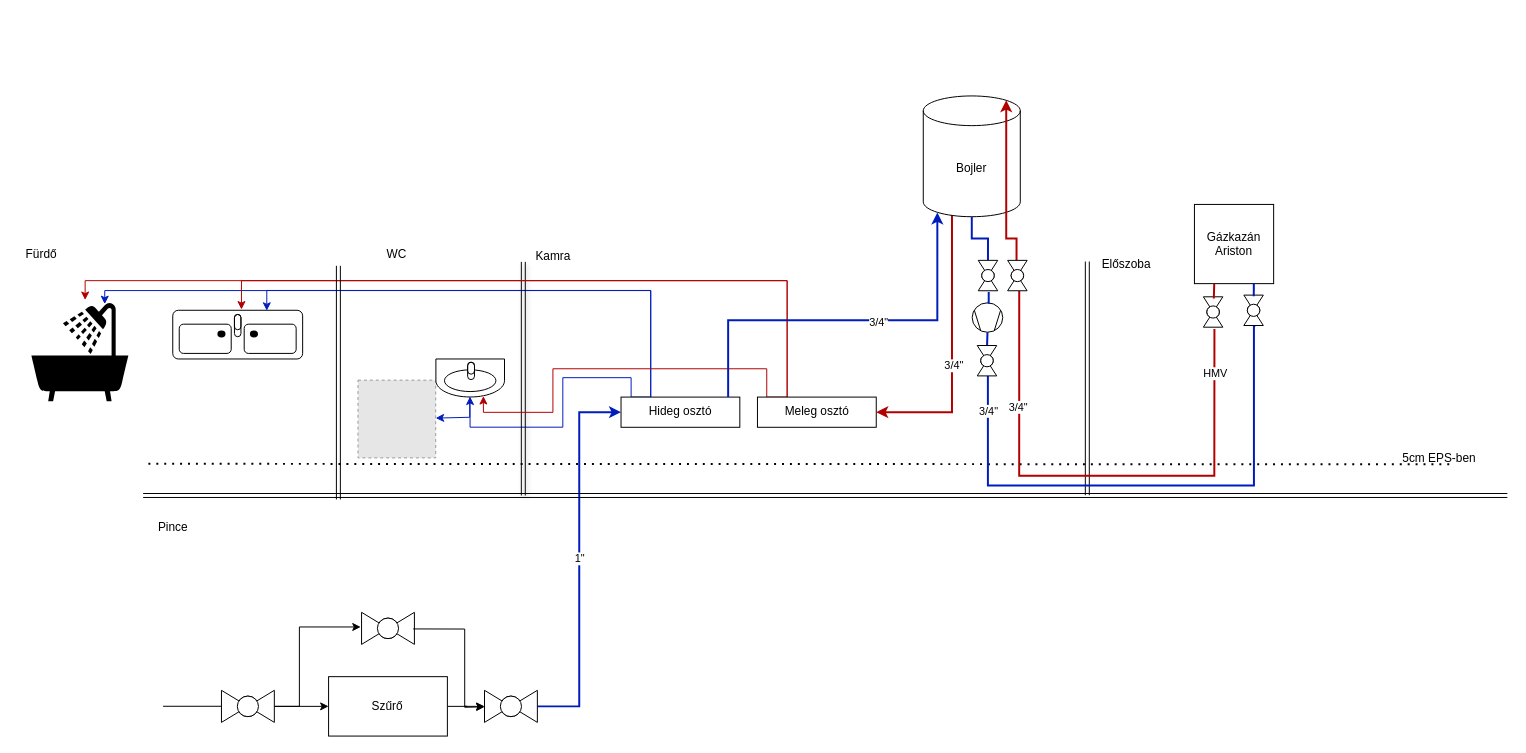
vanyid/XVutca_tervek keeps this draw.io diagram as fűtés.drawio. Above is the earlier version. Source tidied: cells renumbered, new cells numbered last; positions are measured from the earlier drawing's top-left corner, leaving out a move shared by most shapes. Both pictures are drawn from the tidied source at 99%, with x=0, y=0 at pixel (17, 95). Pictures stored in the file or linked from it are replaced by grey dashed boxes.
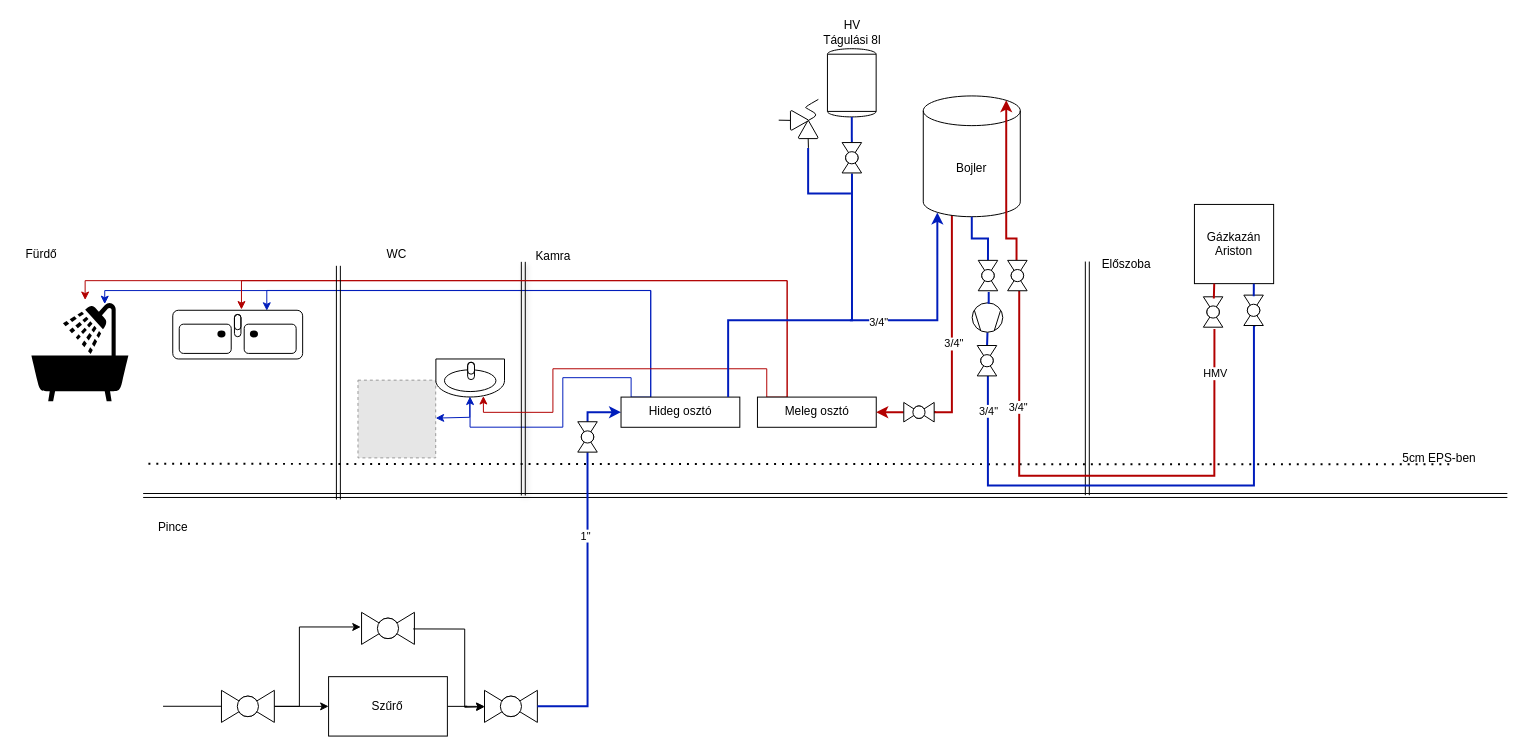
After the change.

Unchanged cells that the change refers to:
```xml
<mxCell id="9" style="verticalLabelPosition=bottom;align=center;html=1;verticalAlign=top;dashed=0;shape=mxgraph.pid2valves.valve;valveType=ball;" parent="1" vertex="1">
  <mxGeometry x="471.9" y="600.8" width="53.4" height="32.4" as="geometry" />
</mxCell>
<mxCell id="16" value="Hideg osztó" style="whiteSpace=wrap;html=1;verticalAlign=top;dashed=0;" parent="1" vertex="1">
  <mxGeometry x="609.8" y="304.6" width="120" height="30.5" as="geometry" />
</mxCell>
<mxCell id="24" value="Meleg osztó" style="whiteSpace=wrap;html=1;verticalAlign=top;dashed=0;" parent="1" vertex="1">
  <mxGeometry x="747.6" y="304.6" width="120" height="30.5" as="geometry" />
</mxCell>
<mxCell id="29" value="Bojler" style="shape=cylinder3;whiteSpace=wrap;html=1;boundedLbl=1;backgroundOutline=1;size=15;" parent="1" vertex="1">
  <mxGeometry x="915.1" y="0.4" width="98" height="122" as="geometry" />
</mxCell>
```

What changed in the source:
```diff
@@
-    <mxCell id="8" value="1&quot;" style="edgeStyle=orthogonalEdgeStyle;rounded=0;jettySize=auto;html=1;entryX=0;entryY=0.5;entryDx=0;entryDy=0;strokeWidth=2;fillColor=#0050ef;strokeColor=#001DBC;" parent="1" edge="1" source="9" target="16">
-      <mxGeometry relative="1" as="geometry" />
+    <mxCell id="8" style="edgeStyle=orthogonalEdgeStyle;rounded=0;jettySize=auto;html=1;entryX=0;entryY=0.5;entryDx=0;entryDy=0;strokeWidth=2;fillColor=#0050ef;strokeColor=#001DBC;exitX=0.007;exitY=0.499;exitDx=0;exitDy=0;exitPerimeter=0;" parent="1" edge="1" source="72" target="16">
+      <mxGeometry relative="1" as="geometry">
+        <Array as="points">
+          <mxPoint x="576" y="320" />
+        </Array>
+      </mxGeometry>
     </mxCell>
@@
-    <mxCell id="27" style="edgeStyle=orthogonalEdgeStyle;rounded=0;jettySize=auto;html=1;exitX=0.399;exitY=0.968;exitDx=0;exitDy=0;exitPerimeter=0;entryX=1;entryY=0.5;entryDx=0;entryDy=0;fillColor=#e51400;strokeColor=#B20000;strokeWidth=2;" parent="1" edge="1" source="29" target="24">
+    <mxCell id="27" style="edgeStyle=orthogonalEdgeStyle;rounded=0;jettySize=auto;html=1;exitX=0.399;exitY=0.968;exitDx=0;exitDy=0;exitPerimeter=0;entryX=-0.055;entryY=0.504;entryDx=0;entryDy=0;fillColor=#e51400;strokeColor=#B20000;strokeWidth=2;entryPerimeter=0;endArrow=none;endFill=0;" parent="1" edge="1" source="29" target="74">
       <mxGeometry relative="1" as="geometry">
         <Array as="points">
-          <mxPoint x="944.1" y="118" />
-          <mxPoint x="944.1" y="320" />
+          <mxPoint x="944" y="119" />
+          <mxPoint x="944" y="320" />
+          <mxPoint x="917" y="320" />
         </Array>
       </mxGeometry>
     </mxCell>
@@
+    <mxCell id="59" style="edgeStyle=orthogonalEdgeStyle;rounded=0;jettySize=auto;html=1;exitX=1.021;exitY=0.493;exitDx=0;exitDy=0;exitPerimeter=0;fillColor=#0050ef;strokeColor=#001DBC;strokeWidth=2;endArrow=none;endFill=0;" parent="1" edge="1" source="62">
+      <mxGeometry relative="1" as="geometry">
+        <mxPoint x="841" y="227" as="targetPoint" />
+        <Array as="points">
+          <mxPoint x="841" y="227" />
+        </Array>
+      </mxGeometry>
+    </mxCell>
+    <mxCell id="60" value="HV&lt;br&gt;Tágulási 8l" style="shape=mxgraph.pid.vessels.tank;align=center;verticalLabelPosition=top;verticalAlign=bottom;dashed=0;html=1;direction=east;labelPosition=center;" parent="1" vertex="1">
+      <mxGeometry x="818.3" y="-47.3" width="49.2" height="68.9" as="geometry" />
+    </mxCell>
+    <mxCell id="61" style="edgeStyle=orthogonalEdgeStyle;rounded=0;jettySize=auto;html=1;exitX=0.5;exitY=1;exitDx=0;exitDy=0;exitPerimeter=0;fillColor=#0050ef;strokeColor=#001DBC;strokeWidth=2;endArrow=none;endFill=0;" parent="1" edge="1" source="60" target="62">
+      <mxGeometry relative="1" as="geometry" />
+    </mxCell>
+    <mxCell id="62" style="verticalLabelPosition=bottom;align=center;html=1;verticalAlign=top;dashed=0;shape=mxgraph.pid2valves.valve;valveType=ball;rotation=90;" parent="1" vertex="1">
+      <mxGeometry x="827.6" y="53" width="30.7" height="19.7" as="geometry" />
+    </mxCell>
+    <mxCell id="63" style="edgeStyle=orthogonalEdgeStyle;rounded=0;jettySize=auto;html=1;exitX=0.75;exitY=1;exitDx=0;exitDy=0;endArrow=none;endFill=0;fillColor=#0050ef;strokeColor=#001DBC;strokeWidth=2;" parent="1" edge="1" source="64">
+      <mxGeometry relative="1" as="geometry">
+        <mxPoint x="842" y="99" as="targetPoint" />
+        <Array as="points">
+          <mxPoint x="799" y="99" />
+        </Array>
+      </mxGeometry>
+    </mxCell>
+    <mxCell id="64" style="group;" parent="1" vertex="1">
+      <mxGeometry x="769.1" y="13.9" width="39.6" height="39" as="geometry" />
+    </mxCell>
+    <mxCell id="65" style="strokeWidth=1;html=1;shape=mxgraph.flowchart.extract_or_measurement;whiteSpace=wrap;" parent="64" vertex="1">
+      <mxGeometry x="19.9" y="11.4" width="19.7" height="18.2" as="geometry" />
+    </mxCell>
+    <mxCell id="66" style="strokeWidth=1;html=1;shape=mxgraph.flowchart.extract_or_measurement;whiteSpace=wrap;rotation=90;" parent="64" vertex="1">
+      <mxGeometry x="11.1" y="2.1" width="19.7" height="18.2" as="geometry" />
+    </mxCell>
+    <mxCell id="67" style="endArrow=none;html=1;rounded=1;edgeStyle=isometricEdgeStyle;exitX=0.5;exitY=0;exitDx=0;exitDy=0;exitPerimeter=0;" parent="64" edge="1" source="66">
+      <mxGeometry relative="1" as="geometry">
+        <mxPoint x="40" y="-10" as="targetPoint" />
+        <Array as="points">
+          <mxPoint x="30" />
+        </Array>
+      </mxGeometry>
+    </mxCell>
+    <mxCell id="68" style="endArrow=none;html=1;rounded=0;exitX=0.5;exitY=1;exitDx=0;exitDy=0;exitPerimeter=0;" parent="64" edge="1" source="65">
+      <mxGeometry relative="1" as="geometry">
+        <mxPoint x="30" y="39" as="targetPoint" />
+      </mxGeometry>
+    </mxCell>
+    <mxCell id="69" style="endArrow=none;html=1;rounded=0;exitX=0.5;exitY=1;exitDx=0;exitDy=0;exitPerimeter=0;" parent="64" edge="1" source="66">
+      <mxGeometry relative="1" as="geometry">
+        <mxPoint y="11" as="targetPoint" />
+      </mxGeometry>
+    </mxCell>
+    <mxCell id="70" style="edgeStyle=orthogonalEdgeStyle;rounded=0;jettySize=auto;html=1;strokeWidth=2;fillColor=#0050ef;strokeColor=#001DBC;endArrow=none;endFill=0;" parent="1" edge="1" source="9" target="72">
+      <mxGeometry relative="1" as="geometry" />
+    </mxCell>
+    <mxCell id="71" value="1&quot;" style="edgeLabel;html=1;align=center;verticalAlign=middle;" parent="70" vertex="1">
+      <mxGeometry x="0.45" y="2" relative="1" as="geometry" />
+    </mxCell>
+    <mxCell id="72" style="verticalLabelPosition=bottom;align=center;html=1;verticalAlign=top;dashed=0;shape=mxgraph.pid2valves.valve;valveType=ball;rotation=90;" parent="1" vertex="1">
+      <mxGeometry x="560.6" y="335" width="30.7" height="19.7" as="geometry" />
+    </mxCell>
+    <mxCell id="73" style="edgeStyle=orthogonalEdgeStyle;rounded=0;jettySize=auto;html=1;fillColor=#e51400;strokeColor=#B20000;strokeWidth=2;" parent="1" edge="1" source="74" target="24">
+      <mxGeometry relative="1" as="geometry" />
+    </mxCell>
+    <mxCell id="74" style="verticalLabelPosition=bottom;align=center;html=1;verticalAlign=top;dashed=0;shape=mxgraph.pid2valves.valve;valveType=ball;rotation=-180;" parent="1" vertex="1">
+      <mxGeometry x="895.4" y="310" width="30.7" height="19.7" as="geometry" />
+    </mxCell>
```
